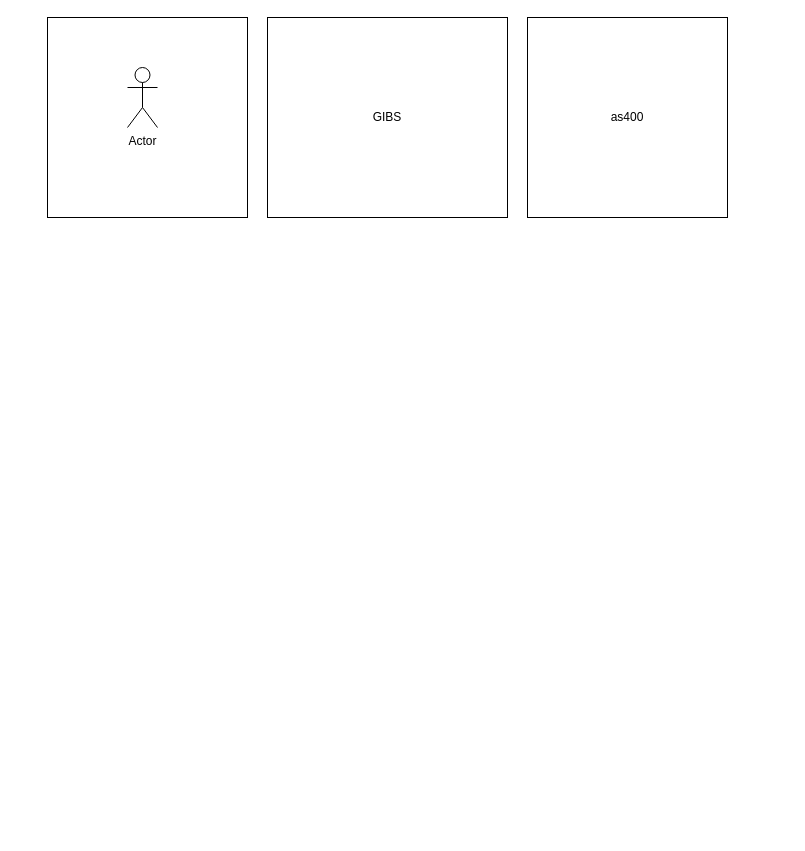
GonzaloDavid/diagramas keeps this draw.io diagram as Reconection.drawio. Above is the earlier version. Source tidied: cells renumbered, new cells numbered last; positions are measured from the earlier drawing's top-left corner, leaving out a move shared by most shapes. Both pictures are drawn from the tidied source at 100%, with x=0, y=0 at pixel (47, 17).
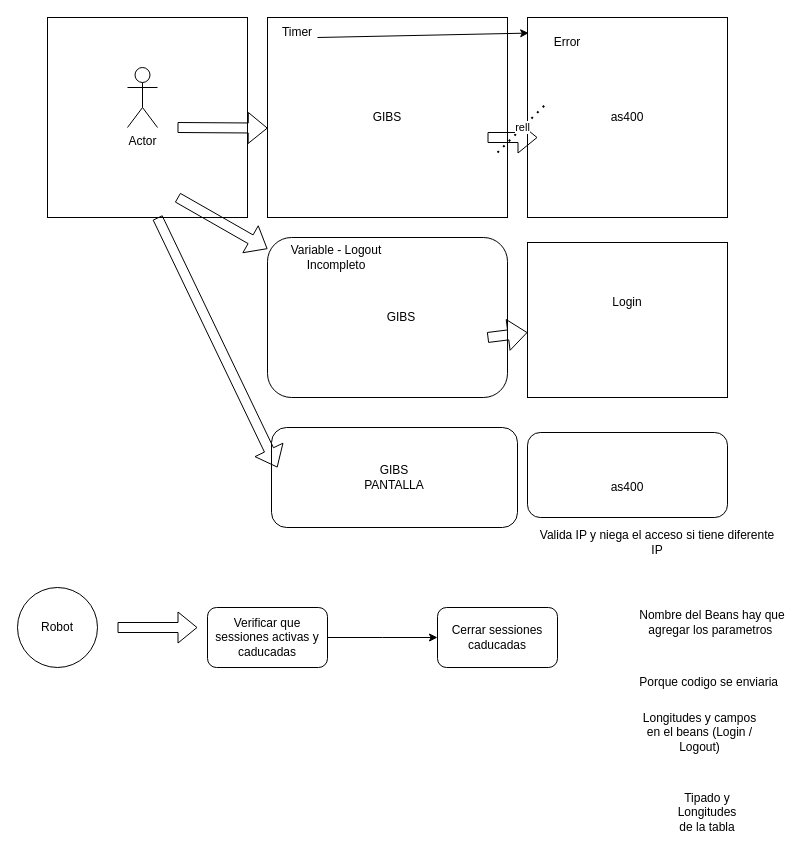
After the change.

The change refers to these unchanged cells:
```xml
<mxCell id="3" style="rounded=0;whiteSpace=wrap;html=1;" parent="1" vertex="1">
  <mxGeometry x="220" width="240" height="200" as="geometry" />
</mxCell>
<mxCell id="5" style="whiteSpace=wrap;html=1;" parent="1" vertex="1">
  <mxGeometry x="480" width="200" height="200" as="geometry" />
</mxCell>
```

Diff of the diagram source:
```diff
@@
+    <mxCell id="8" style="shape=flexArrow;endArrow=classic;html=1;rounded=0;entryX=0.001;entryY=0.553;entryDx=0;entryDy=0;entryPerimeter=0;" parent="1" edge="1" target="3">
+      <mxGeometry relative="1" as="geometry">
+        <mxPoint x="130" y="110" as="sourcePoint" />
+      </mxGeometry>
+    </mxCell>
+    <mxCell id="9" style="shape=flexArrow;endArrow=classic;html=1;rounded=0;" parent="1" edge="1">
+      <mxGeometry relative="1" as="geometry">
+        <mxPoint x="440" y="120" as="sourcePoint" />
+        <mxPoint x="490" y="120" as="targetPoint" />
+      </mxGeometry>
+    </mxCell>
+    <mxCell id="10" value="rell" style="endArrow=none;dashed=1;html=1;dashPattern=1 3;strokeWidth=2;rounded=0;" parent="1" edge="1">
+      <mxGeometry relative="1" as="geometry">
+        <mxPoint x="450" y="135" as="sourcePoint" />
+        <mxPoint x="500" y="85" as="targetPoint" />
+      </mxGeometry>
+    </mxCell>
+    <mxCell id="11" value="Timer" style="text;html=1;align=center;verticalAlign=middle;whiteSpace=wrap;rounded=0;" parent="1" vertex="1">
+      <mxGeometry x="220" width="60" height="30" as="geometry" />
+    </mxCell>
+    <mxCell id="12" style="endArrow=classic;html=1;rounded=0;entryX=0.006;entryY=0.078;entryDx=0;entryDy=0;entryPerimeter=0;" parent="1" edge="1" target="5">
+      <mxGeometry relative="1" as="geometry">
+        <mxPoint x="270" y="20" as="sourcePoint" />
+      </mxGeometry>
+    </mxCell>
+    <mxCell id="13" value="Error" style="text;html=1;align=center;verticalAlign=middle;whiteSpace=wrap;rounded=0;" parent="1" vertex="1">
+      <mxGeometry x="490" y="10" width="60" height="30" as="geometry" />
+    </mxCell>
+    <mxCell id="14" style="rounded=1;whiteSpace=wrap;html=1;" parent="1" vertex="1">
+      <mxGeometry x="220" y="220" width="240" height="160" as="geometry" />
+    </mxCell>
+    <mxCell id="15" style="shape=flexArrow;endArrow=classic;html=1;rounded=0;" parent="1" edge="1" target="14">
+      <mxGeometry relative="1" as="geometry">
+        <mxPoint x="130" y="180" as="sourcePoint" />
+      </mxGeometry>
+    </mxCell>
+    <mxCell id="16" value="GIBS" style="text;html=1;align=center;verticalAlign=middle;whiteSpace=wrap;rounded=0;" parent="1" vertex="1">
+      <mxGeometry x="324" y="285" width="60" height="30" as="geometry" />
+    </mxCell>
+    <mxCell id="17" style="rounded=0;whiteSpace=wrap;html=1;" parent="1" vertex="1">
+      <mxGeometry x="480" y="225" width="200" height="155" as="geometry" />
+    </mxCell>
+    <mxCell id="18" value="Variable - Logout Incompleto" style="text;html=1;align=center;verticalAlign=middle;whiteSpace=wrap;rounded=0;" parent="1" vertex="1">
+      <mxGeometry x="224" y="225" width="130" height="30" as="geometry" />
+    </mxCell>
+    <mxCell id="19" style="shape=flexArrow;endArrow=classic;html=1;rounded=0;" parent="1" edge="1" target="17">
+      <mxGeometry relative="1" as="geometry">
+        <mxPoint x="440" y="320" as="sourcePoint" />
+      </mxGeometry>
+    </mxCell>
+    <mxCell id="20" value="Login" style="text;html=1;align=center;verticalAlign=middle;whiteSpace=wrap;rounded=0;" parent="1" vertex="1">
+      <mxGeometry x="550" y="270" width="60" height="30" as="geometry" />
+    </mxCell>
+    <mxCell id="21" style="rounded=1;whiteSpace=wrap;html=1;" parent="1" vertex="1">
+      <mxGeometry x="224" y="410" width="246" height="100" as="geometry" />
+    </mxCell>
+    <mxCell id="22" value="GIBS PANTALLA" style="text;html=1;align=center;verticalAlign=middle;whiteSpace=wrap;rounded=0;" parent="1" vertex="1">
+      <mxGeometry x="317" y="445" width="60" height="30" as="geometry" />
+    </mxCell>
+    <mxCell id="23" style="shape=flexArrow;endArrow=classic;html=1;rounded=0;entryX=0.024;entryY=0.4;entryDx=0;entryDy=0;entryPerimeter=0;" parent="1" edge="1" target="21">
+      <mxGeometry relative="1" as="geometry">
+        <mxPoint x="110" y="200" as="sourcePoint" />
+      </mxGeometry>
+    </mxCell>
+    <mxCell id="24" value="Valida IP y niega el acceso si tiene diferente IP" style="text;html=1;align=center;verticalAlign=middle;whiteSpace=wrap;rounded=0;" parent="1" vertex="1">
+      <mxGeometry x="490" y="510" width="240" height="30" as="geometry" />
+    </mxCell>
+    <mxCell id="25" style="rounded=1;whiteSpace=wrap;html=1;" parent="1" vertex="1">
+      <mxGeometry x="480" y="415" width="200" height="85" as="geometry" />
+    </mxCell>
+    <mxCell id="26" value="as400" style="text;html=1;align=center;verticalAlign=middle;whiteSpace=wrap;rounded=0;" parent="1" vertex="1">
+      <mxGeometry x="550" y="455" width="60" height="30" as="geometry" />
+    </mxCell>
+    <mxCell id="27" value="Robot" style="ellipse;whiteSpace=wrap;html=1;" parent="1" vertex="1">
+      <mxGeometry x="-30" y="570" width="80" height="80" as="geometry" />
+    </mxCell>
+    <mxCell id="28" style="shape=flexArrow;endArrow=classic;html=1;rounded=0;" parent="1" edge="1">
+      <mxGeometry relative="1" as="geometry">
+        <mxPoint x="70" y="610" as="sourcePoint" />
+        <mxPoint x="150" y="610" as="targetPoint" />
+      </mxGeometry>
+    </mxCell>
+    <mxCell id="29" style="edgeStyle=orthogonalEdgeStyle;rounded=0;jettySize=auto;html=1;" parent="1" edge="1" source="30">
+      <mxGeometry relative="1" as="geometry">
+        <mxPoint x="390" y="620" as="targetPoint" />
+      </mxGeometry>
+    </mxCell>
+    <mxCell id="30" value="Verificar que sessiones activas y caducadas" style="rounded=1;whiteSpace=wrap;html=1;" parent="1" vertex="1">
+      <mxGeometry x="160" y="590" width="120" height="60" as="geometry" />
+    </mxCell>
+    <mxCell id="31" value="Cerrar sessiones caducadas" style="rounded=1;whiteSpace=wrap;html=1;" parent="1" vertex="1">
+      <mxGeometry x="390" y="590" width="120" height="60" as="geometry" />
+    </mxCell>
+    <mxCell id="32" value="Nombre del Beans hay que agregar los parametros&amp;nbsp;" style="text;html=1;align=center;verticalAlign=middle;whiteSpace=wrap;rounded=0;" parent="1" vertex="1">
+      <mxGeometry x="590" y="590" width="150" height="30" as="geometry" />
+    </mxCell>
+    <mxCell id="33" value="Porque codigo se enviaria&amp;nbsp;&amp;nbsp;" style="text;html=1;align=center;verticalAlign=middle;whiteSpace=wrap;rounded=0;" parent="1" vertex="1">
+      <mxGeometry x="590" y="650" width="150" height="30" as="geometry" />
+    </mxCell>
+    <mxCell id="34" value="Longitudes y campos en el beans (Login / Logout)" style="text;html=1;align=center;verticalAlign=middle;whiteSpace=wrap;rounded=0;" parent="1" vertex="1">
+      <mxGeometry x="590" y="700" width="125" height="30" as="geometry" />
+    </mxCell>
+    <mxCell id="35" value="Tipado y Longitudes de la tabla" style="text;html=1;align=center;verticalAlign=middle;whiteSpace=wrap;rounded=0;" parent="1" vertex="1">
+      <mxGeometry x="630" y="780" width="60" height="30" as="geometry" />
+    </mxCell>
```
